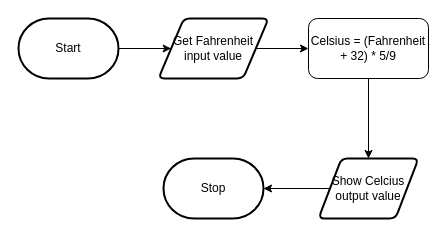
Before: design/flowchart.drawio in MTHS-ICD2O-1-2024/ICD2O-Unit-3-04-Aimar-Fernandez, a draw.io diagram. Source tidied: cells renumbered, new cells numbered last; positions are measured from the earlier drawing's top-left corner, leaving out a move shared by most shapes. Both pictures are drawn from the tidied source at 100%, with x=0, y=0 at pixel (18, 18).
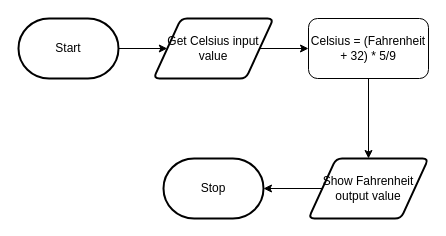
The same page after the edit.

Diff of the diagram source:
```diff
@@
 <mxGraphModel>
   <root>
     <mxCell id="0" />
     <mxCell id="1" parent="0" />
     <mxCell id="2" style="edgeStyle=none;html=1;entryX=0;entryY=0.5;entryDx=0;entryDy=0;" parent="1" edge="1" source="3" target="6">
       <mxGeometry relative="1" as="geometry" />
     </mxCell>
     <mxCell id="3" value="Start" style="strokeWidth=2;html=1;shape=mxgraph.flowchart.terminator;whiteSpace=wrap;" parent="1" vertex="1">
       <mxGeometry width="100" height="60" as="geometry" />
     </mxCell>
     <mxCell id="4" value="Stop" style="strokeWidth=2;html=1;shape=mxgraph.flowchart.terminator;whiteSpace=wrap;" parent="1" vertex="1">
       <mxGeometry x="145" y="140" width="100" height="60" as="geometry" />
     </mxCell>
     <mxCell id="5" style="edgeStyle=none;html=1;entryX=0;entryY=0.5;entryDx=0;entryDy=0;" parent="1" edge="1" source="6" target="8">
       <mxGeometry relative="1" as="geometry" />
     </mxCell>
-    <mxCell id="6" value="Get Fahrenheit input value" style="shape=parallelogram;html=1;strokeWidth=2;perimeter=parallelogramPerimeter;whiteSpace=wrap;rounded=1;arcSize=12;size=0.23;" parent="1" vertex="1">
-      <mxGeometry x="140" width="110" height="60" as="geometry" />
+    <mxCell id="6" value="Get Celsius input value" style="shape=parallelogram;html=1;strokeWidth=2;perimeter=parallelogramPerimeter;whiteSpace=wrap;rounded=1;arcSize=12;size=0.23;" parent="1" vertex="1">
+      <mxGeometry x="135" width="120" height="60" as="geometry" />
     </mxCell>
     <mxCell id="7" style="edgeStyle=none;html=1;entryX=0.5;entryY=0;entryDx=0;entryDy=0;" parent="1" edge="1" source="8" target="9">
       <mxGeometry relative="1" as="geometry" />
     </mxCell>
     <mxCell id="8" value="Celsius = (Fahrenheit + 32) * 5/9" style="rounded=1;whiteSpace=wrap;html=1;" parent="1" vertex="1">
       <mxGeometry x="290" width="120" height="60" as="geometry" />
     </mxCell>
-    <mxCell id="9" value="Show Celcius output value" style="shape=parallelogram;html=1;strokeWidth=2;perimeter=parallelogramPerimeter;whiteSpace=wrap;rounded=1;arcSize=12;size=0.23;" parent="1" vertex="1">
-      <mxGeometry x="300" y="140" width="100" height="60" as="geometry" />
+    <mxCell id="9" value="Show Fahrenheit output value" style="shape=parallelogram;html=1;strokeWidth=2;perimeter=parallelogramPerimeter;whiteSpace=wrap;rounded=1;arcSize=12;size=0.23;" parent="1" vertex="1">
+      <mxGeometry x="290" y="140" width="120" height="60" as="geometry" />
     </mxCell>
     <mxCell id="10" style="edgeStyle=none;html=1;entryX=1;entryY=0.5;entryDx=0;entryDy=0;entryPerimeter=0;" parent="1" edge="1" source="9" target="4">
       <mxGeometry relative="1" as="geometry" />
     </mxCell>
   </root>
 </mxGraphModel>
```
